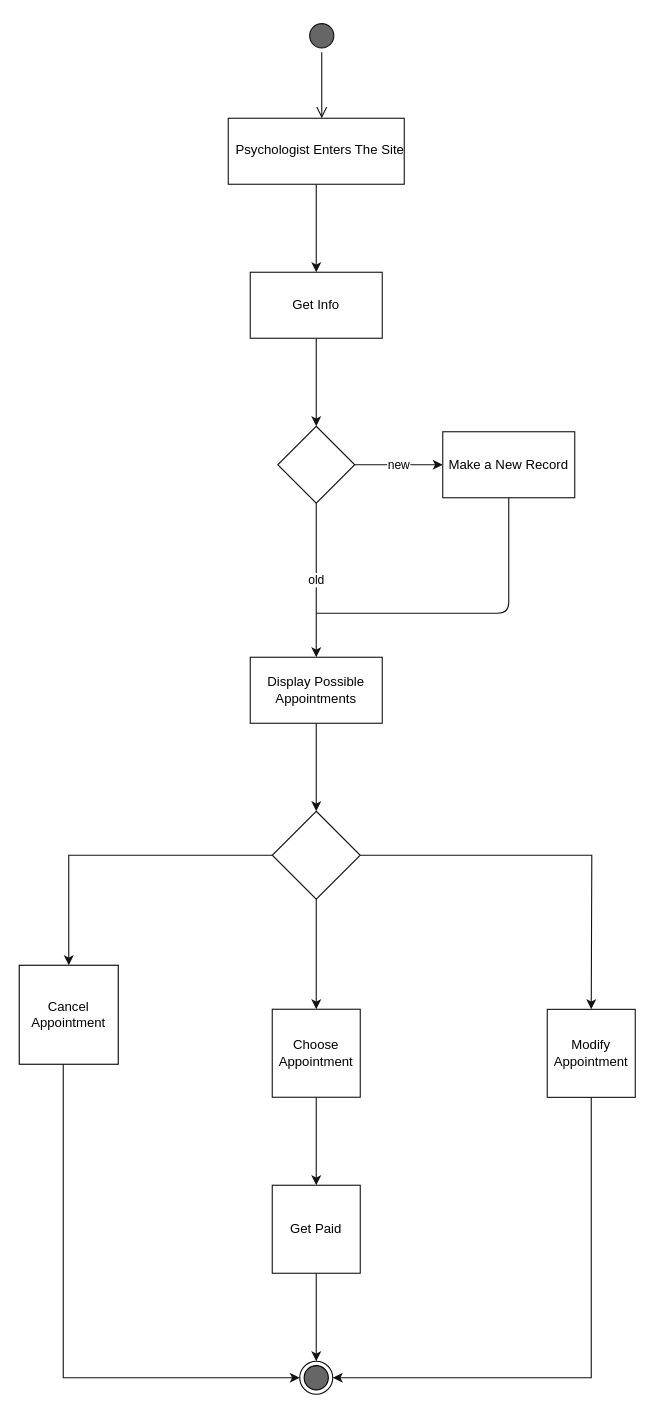
Earlier version of the draw.io diagram State Diagram Doctor.drawio (mohammadamir98/Sama_sw1). Source tidied: cells renumbered, new cells numbered last; positions are measured from the earlier drawing's top-left corner, leaving out a move shared by most shapes. Both pictures are drawn from the tidied source at 110%, with x=0, y=0 at pixel (19, 19).
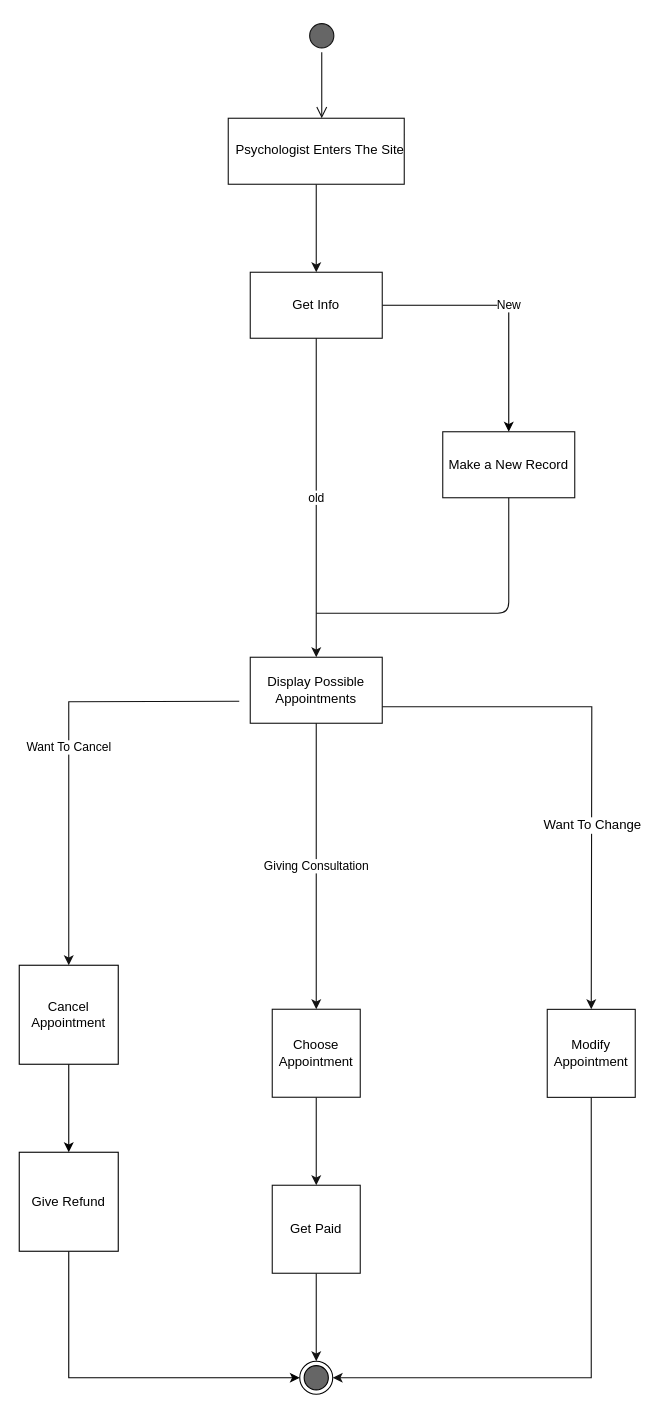
The same page after the edit.

Commit message:
Update State Diagram Psychologist.drawio

The change refers to these unchanged cells:
```xml
<mxCell id="8" value="Get Info" style="rounded=0;whiteSpace=wrap;html=1;strokeColor=#121212;fillColor=#FFFFFF;" parent="1" vertex="1">
  <mxGeometry x="210" y="230" width="120" height="60" as="geometry" />
</mxCell>
<mxCell id="13" value="Make a New Record" style="rounded=0;whiteSpace=wrap;html=1;strokeColor=#121212;fillColor=#FFFFFF;" parent="1" vertex="1">
  <mxGeometry x="385" y="375" width="120" height="60" as="geometry" />
</mxCell>
<mxCell id="15" value="Display Possible Appointments" style="rounded=0;whiteSpace=wrap;html=1;strokeColor=#121212;fillColor=#FFFFFF;" parent="1" vertex="1">
  <mxGeometry x="210" y="580" width="120" height="60" as="geometry" />
</mxCell>
<mxCell id="22" value="Cancel Appointment" style="whiteSpace=wrap;html=1;" parent="1" vertex="1">
  <mxGeometry y="860" width="90" height="90" as="geometry" />
</mxCell>
<mxCell id="29" style="ellipse;html=1;shape=endState;fillColor=#666666;strokeColor=#000000;" parent="1" vertex="1">
  <mxGeometry x="255" y="1220" width="30" height="30" as="geometry" />
</mxCell>
```

What changed in the source:
```diff
@@
-    <mxCell id="7" style="edgeStyle=orthogonalEdgeStyle;rounded=0;jettySize=auto;html=1;strokeColor=#121212;" parent="1" edge="1" source="8">
-      <mxGeometry relative="1" as="geometry">
-        <mxPoint x="270" y="370" as="targetPoint" />
-      </mxGeometry>
-    </mxCell>
+    <mxCell id="30" value="New" style="edgeStyle=orthogonalEdgeStyle;rounded=0;jettySize=auto;html=1;exitX=1;exitY=0.5;exitDx=0;exitDy=0;" parent="1" edge="1" source="8" target="13">
+      <mxGeometry relative="1" as="geometry" />
+    </mxCell>
@@
-    <mxCell id="10" value="new" style="edgeStyle=orthogonalEdgeStyle;rounded=0;jettySize=auto;html=1;strokeColor=#121212;" parent="1" edge="1" source="12">
-      <mxGeometry relative="1" as="geometry">
-        <mxPoint x="385" y="405" as="targetPoint" />
-      </mxGeometry>
-    </mxCell>
-    <mxCell id="11" value="old" style="edgeStyle=orthogonalEdgeStyle;rounded=0;jettySize=auto;html=1;strokeColor=#121212;" parent="1" edge="1" source="12">
+    <mxCell id="11" value="old" style="edgeStyle=orthogonalEdgeStyle;rounded=0;jettySize=auto;html=1;strokeColor=#121212;exitX=0.5;exitY=1;exitDx=0;exitDy=0;" parent="1" edge="1" source="8">
       <mxGeometry relative="1" as="geometry">
         <mxPoint x="270" y="580" as="targetPoint" />
       </mxGeometry>
     </mxCell>
-    <mxCell id="12" style="rhombus;whiteSpace=wrap;html=1;strokeColor=#121212;fillColor=#FFFFFF;" parent="1" vertex="1">
-      <mxGeometry x="235" y="370" width="70" height="70" as="geometry" />
-    </mxCell>
@@
-    <mxCell id="14" style="edgeStyle=orthogonalEdgeStyle;rounded=0;jettySize=auto;html=1;strokeColor=#121212;" parent="1" edge="1" source="15">
-      <mxGeometry relative="1" as="geometry">
-        <mxPoint x="270" y="720" as="targetPoint" />
-      </mxGeometry>
-    </mxCell>
@@
-    <mxCell id="17" style="edgeStyle=orthogonalEdgeStyle;rounded=0;jettySize=auto;html=1;strokeColor=#121212;" parent="1" edge="1" source="20" target="22">
-      <mxGeometry relative="1" as="geometry" />
+    <mxCell id="17" value="Want To Cancel" style="edgeStyle=orthogonalEdgeStyle;rounded=0;jettySize=auto;html=1;strokeColor=#121212;" parent="1" edge="1" target="22">
+      <mxGeometry relative="1" as="geometry">
+        <mxPoint x="200" y="620" as="sourcePoint" />
+      </mxGeometry>
     </mxCell>
-    <mxCell id="18" style="edgeStyle=orthogonalEdgeStyle;rounded=0;jettySize=auto;html=1;strokeColor=#121212;" parent="1" edge="1" source="20">
+    <mxCell id="18" style="edgeStyle=orthogonalEdgeStyle;rounded=0;jettySize=auto;html=1;strokeColor=#121212;exitX=1;exitY=0.75;exitDx=0;exitDy=0;" parent="1" edge="1" source="15">
       <mxGeometry relative="1" as="geometry">
         <mxPoint x="520" y="900" as="targetPoint" />
       </mxGeometry>
     </mxCell>
+    <mxCell id="31" value="Want To Change" style="text;html=1;align=center;verticalAlign=middle;labelBackgroundColor=#ffffff;" parent="18" vertex="1">
+      <mxGeometry x="0.28" relative="1" as="geometry" />
+    </mxCell>
-    <mxCell id="19" style="edgeStyle=orthogonalEdgeStyle;rounded=0;jettySize=auto;html=1;strokeColor=#121212;" parent="1" edge="1" source="20">
+    <mxCell id="19" value="Giving Consultation" style="edgeStyle=orthogonalEdgeStyle;rounded=0;jettySize=auto;html=1;strokeColor=#121212;exitX=0.5;exitY=1;exitDx=0;exitDy=0;" parent="1" edge="1" source="15">
       <mxGeometry relative="1" as="geometry">
         <mxPoint x="270" y="900" as="targetPoint" />
       </mxGeometry>
     </mxCell>
-    <mxCell id="20" style="rhombus;whiteSpace=wrap;html=1;strokeColor=#121212;fillColor=#FFFFFF;" parent="1" vertex="1">
-      <mxGeometry x="230" y="720" width="80" height="80" as="geometry" />
-    </mxCell>
-    <mxCell id="21" style="edgeStyle=orthogonalEdgeStyle;rounded=0;jettySize=auto;html=1;strokeColor=#121212;entryX=0;entryY=0.5;entryDx=0;entryDy=0;" parent="1" edge="1" source="22" target="29">
-      <mxGeometry relative="1" as="geometry">
-        <Array as="points">
-          <mxPoint x="40" y="1235" />
-        </Array>
-      </mxGeometry>
-    </mxCell>
+    <mxCell id="32" style="edgeStyle=orthogonalEdgeStyle;rounded=0;jettySize=auto;html=1;" parent="1" edge="1" source="22" target="34">
+      <mxGeometry relative="1" as="geometry" />
+    </mxCell>
@@
+    <mxCell id="33" style="edgeStyle=orthogonalEdgeStyle;rounded=0;jettySize=auto;html=1;entryX=0;entryY=0.5;entryDx=0;entryDy=0;" parent="1" edge="1" source="34" target="29">
+      <mxGeometry relative="1" as="geometry">
+        <Array as="points">
+          <mxPoint x="45" y="1235" />
+        </Array>
+      </mxGeometry>
+    </mxCell>
+    <mxCell id="34" value="Give Refund" style="whiteSpace=wrap;html=1;" parent="1" vertex="1">
+      <mxGeometry y="1030" width="90" height="90" as="geometry" />
+    </mxCell>
```
